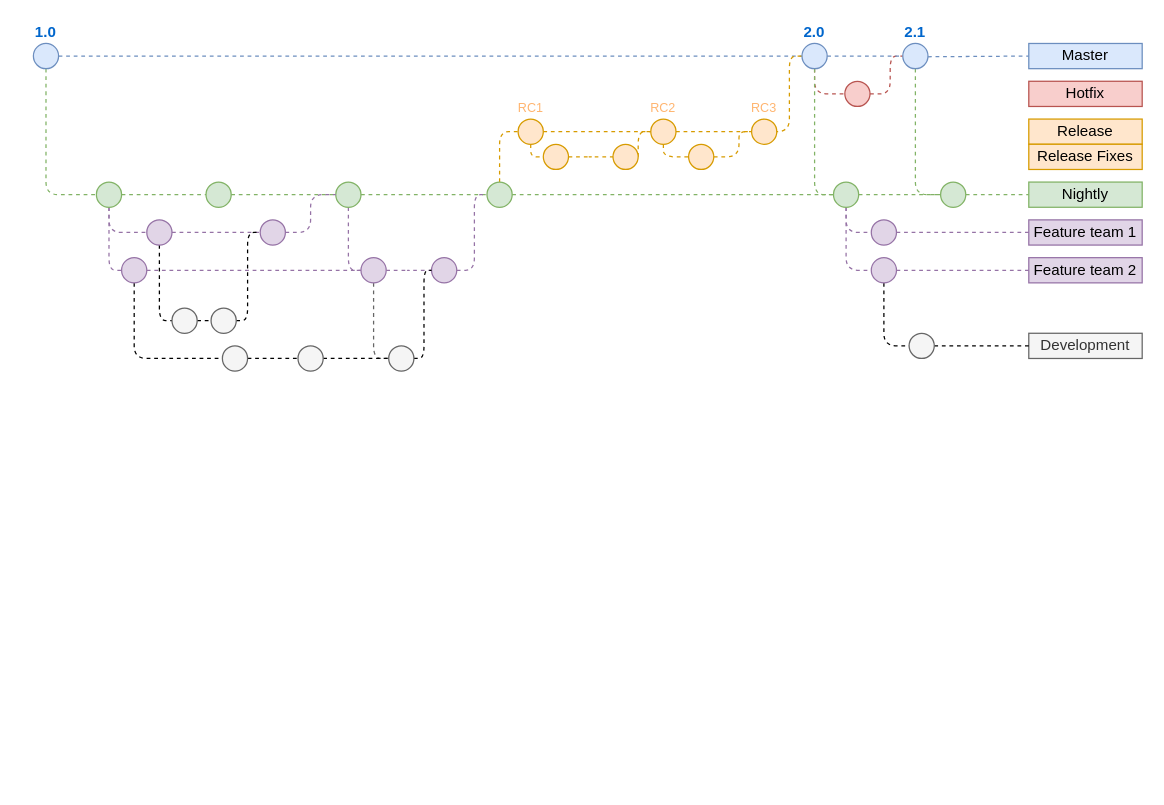
The draw.io diagram git-branching.drawio in msyadid/HelloWorld, before the edit. Source tidied: cells renumbered, new cells numbered last; positions are measured from the earlier drawing's top-left corner, leaving out a move shared by most shapes. Both pictures are drawn from the tidied source at 126%, with x=0, y=0 at pixel (33, 43).
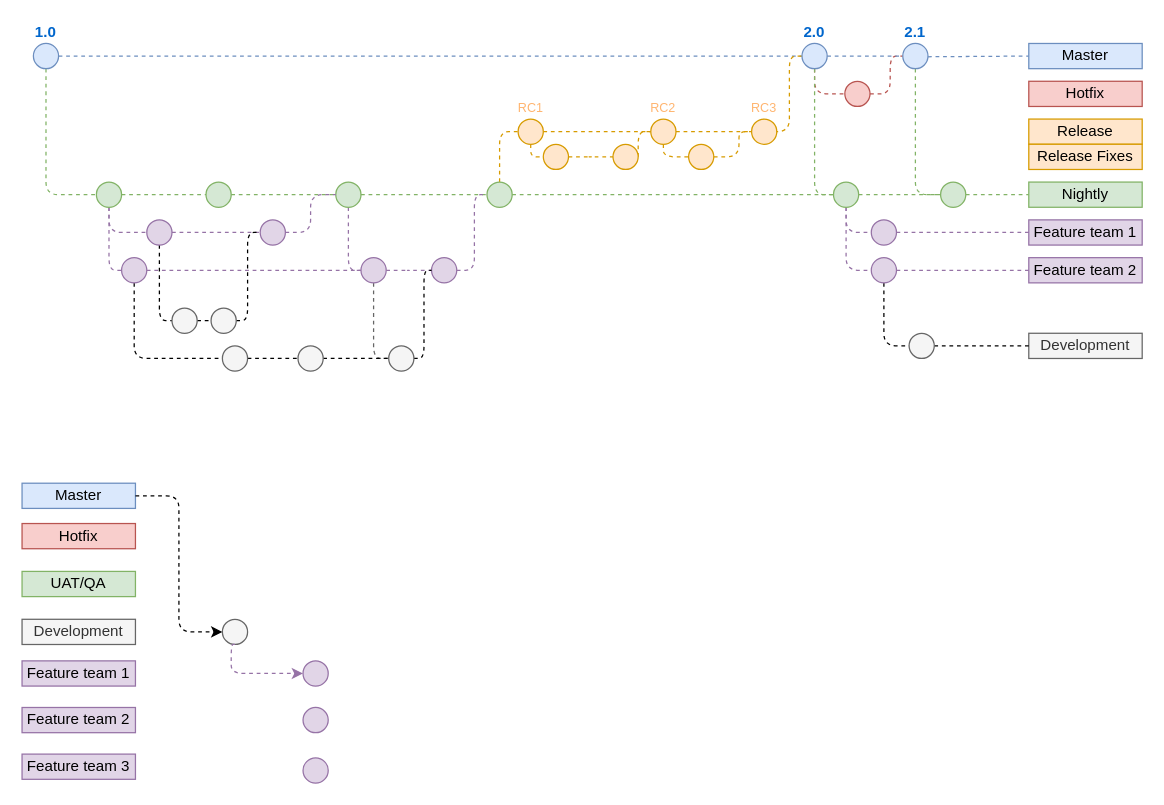
The same diagram, later.

What changed in the source:
```diff
@@
+    <mxCell id="83" value="Master" style="text;html=1;strokeColor=#6c8ebf;fillColor=#dae8fc;align=center;verticalAlign=middle;whiteSpace=wrap;rounded=0;" parent="1" vertex="1">
+      <mxGeometry x="-9" y="349" width="90" height="20" as="geometry" />
+    </mxCell>
+    <mxCell id="84" value="Hotfix" style="text;html=1;strokeColor=#b85450;fillColor=#f8cecc;align=center;verticalAlign=middle;whiteSpace=wrap;rounded=0;" parent="1" vertex="1">
+      <mxGeometry x="-9" y="381" width="90" height="20" as="geometry" />
+    </mxCell>
+    <mxCell id="85" value="Development" style="text;html=1;strokeColor=#666666;fillColor=#f5f5f5;align=center;verticalAlign=middle;whiteSpace=wrap;rounded=0;fontColor=#333333;" parent="1" vertex="1">
+      <mxGeometry x="-9" y="457" width="90" height="20" as="geometry" />
+    </mxCell>
+    <mxCell id="86" value="Feature team 1" style="text;html=1;strokeColor=#9673a6;fillColor=#e1d5e7;align=center;verticalAlign=middle;whiteSpace=wrap;rounded=0;" parent="1" vertex="1">
+      <mxGeometry x="-9" y="490" width="90" height="20" as="geometry" />
+    </mxCell>
+    <mxCell id="87" value="Feature team 2" style="text;html=1;strokeColor=#9673a6;fillColor=#e1d5e7;align=center;verticalAlign=middle;whiteSpace=wrap;rounded=0;" parent="1" vertex="1">
+      <mxGeometry x="-9" y="527" width="90" height="20" as="geometry" />
+    </mxCell>
+    <mxCell id="88" style="ellipse;whiteSpace=wrap;html=1;fontSize=10;fontColor=#333333;fillColor=#f5f5f5;strokeColor=#666666;" parent="1" vertex="1">
+      <mxGeometry x="150" y="457" width="20" height="20" as="geometry" />
+    </mxCell>
+    <mxCell id="89" value="UAT/QA" style="text;html=1;strokeColor=#82b366;fillColor=#d5e8d4;align=center;verticalAlign=middle;whiteSpace=wrap;rounded=0;" parent="1" vertex="1">
+      <mxGeometry x="-9" y="419" width="90" height="20" as="geometry" />
+    </mxCell>
+    <mxCell id="90" value="Feature team 3" style="text;html=1;strokeColor=#9673a6;fillColor=#e1d5e7;align=center;verticalAlign=middle;whiteSpace=wrap;rounded=0;" parent="1" vertex="1">
+      <mxGeometry x="-9" y="564" width="90" height="20" as="geometry" />
+    </mxCell>
+    <mxCell id="91" style="ellipse;whiteSpace=wrap;html=1;fontSize=12;fillColor=#e1d5e7;strokeColor=#9673a6;" parent="1" vertex="1">
+      <mxGeometry x="214" y="490" width="20" height="20" as="geometry" />
+    </mxCell>
+    <mxCell id="92" style="ellipse;whiteSpace=wrap;html=1;fontSize=12;fillColor=#e1d5e7;strokeColor=#9673a6;" parent="1" vertex="1">
+      <mxGeometry x="214" y="527" width="20" height="20" as="geometry" />
+    </mxCell>
+    <mxCell id="93" style="ellipse;whiteSpace=wrap;html=1;fontSize=12;fillColor=#e1d5e7;strokeColor=#9673a6;" parent="1" vertex="1">
+      <mxGeometry x="214" y="567" width="20" height="20" as="geometry" />
+    </mxCell>
+    <mxCell id="94" style="edgeStyle=orthogonalEdgeStyle;rounded=1;jettySize=auto;html=1;dashed=1;endArrow=classic;endFill=1;fontSize=12;fontColor=#FFB570;fillColor=#e1d5e7;strokeColor=#9673a6;exitX=0.5;exitY=1;exitDx=0;exitDy=0;entryX=0;entryY=0.5;entryDx=0;entryDy=0;" parent="1" edge="1" source="88" target="91">
+      <mxGeometry relative="1" as="geometry">
+        <Array as="points">
+          <mxPoint x="157" y="477" />
+          <mxPoint x="157" y="500" />
+        </Array>
+      </mxGeometry>
+    </mxCell>
+    <mxCell id="95" style="rounded=1;jettySize=auto;html=1;endArrow=classic;endFill=1;dashed=1;exitX=1;exitY=0.5;exitDx=0;exitDy=0;entryX=0;entryY=0.5;entryDx=0;entryDy=0;edgeStyle=orthogonalEdgeStyle;" parent="1" edge="1" source="83" target="88">
+      <mxGeometry relative="1" as="geometry" />
+    </mxCell>
```
